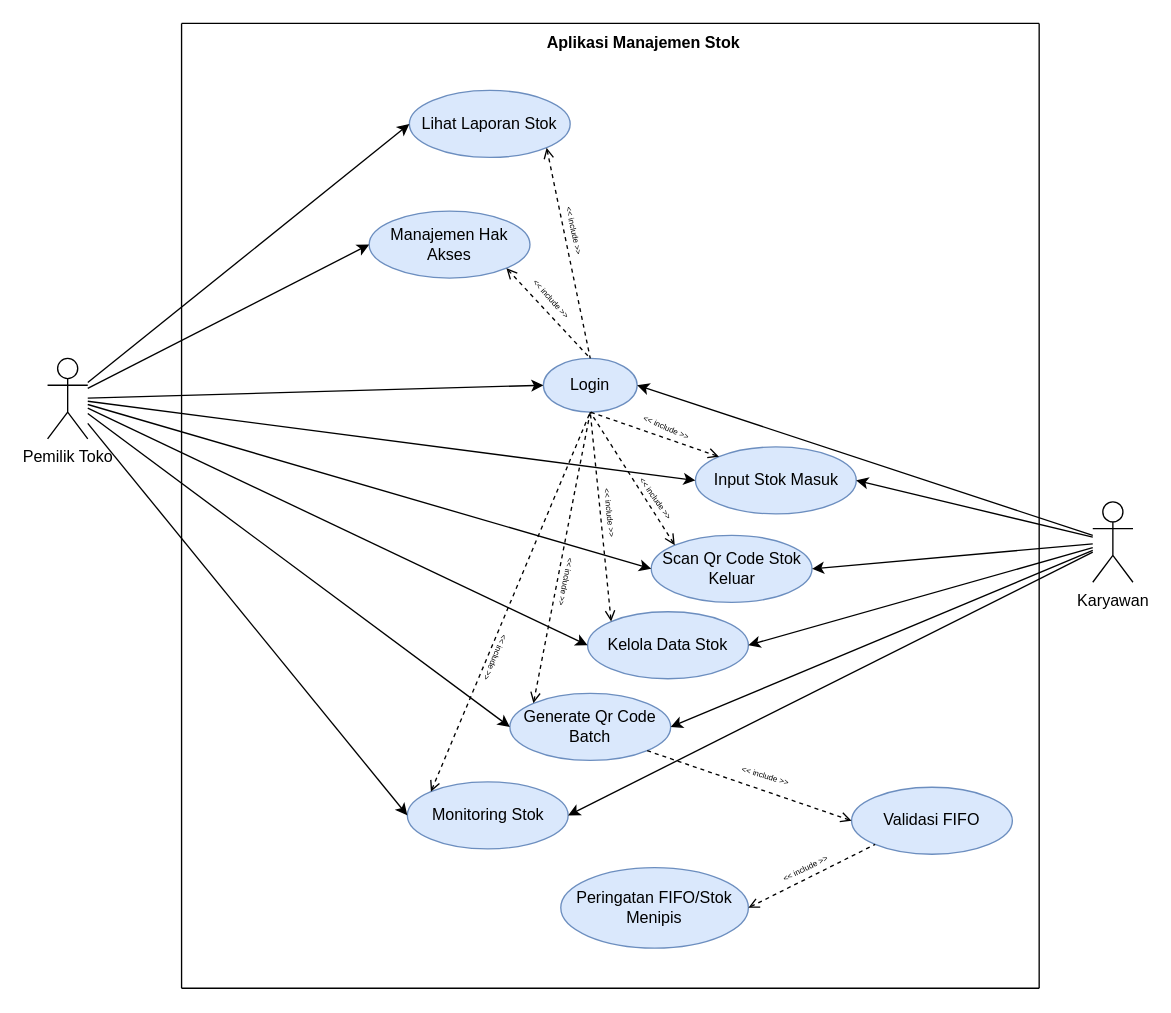
Before: gambar/use case.drawio in Bayusukmoadji/Seminar-Proposal, a draw.io diagram. Source tidied: cells renumbered, new cells numbered last; positions are measured from the earlier drawing's top-left corner, leaving out a move shared by most shapes. Both pictures are drawn from the tidied source at 134%, with x=0, y=0 at pixel (47, 23).
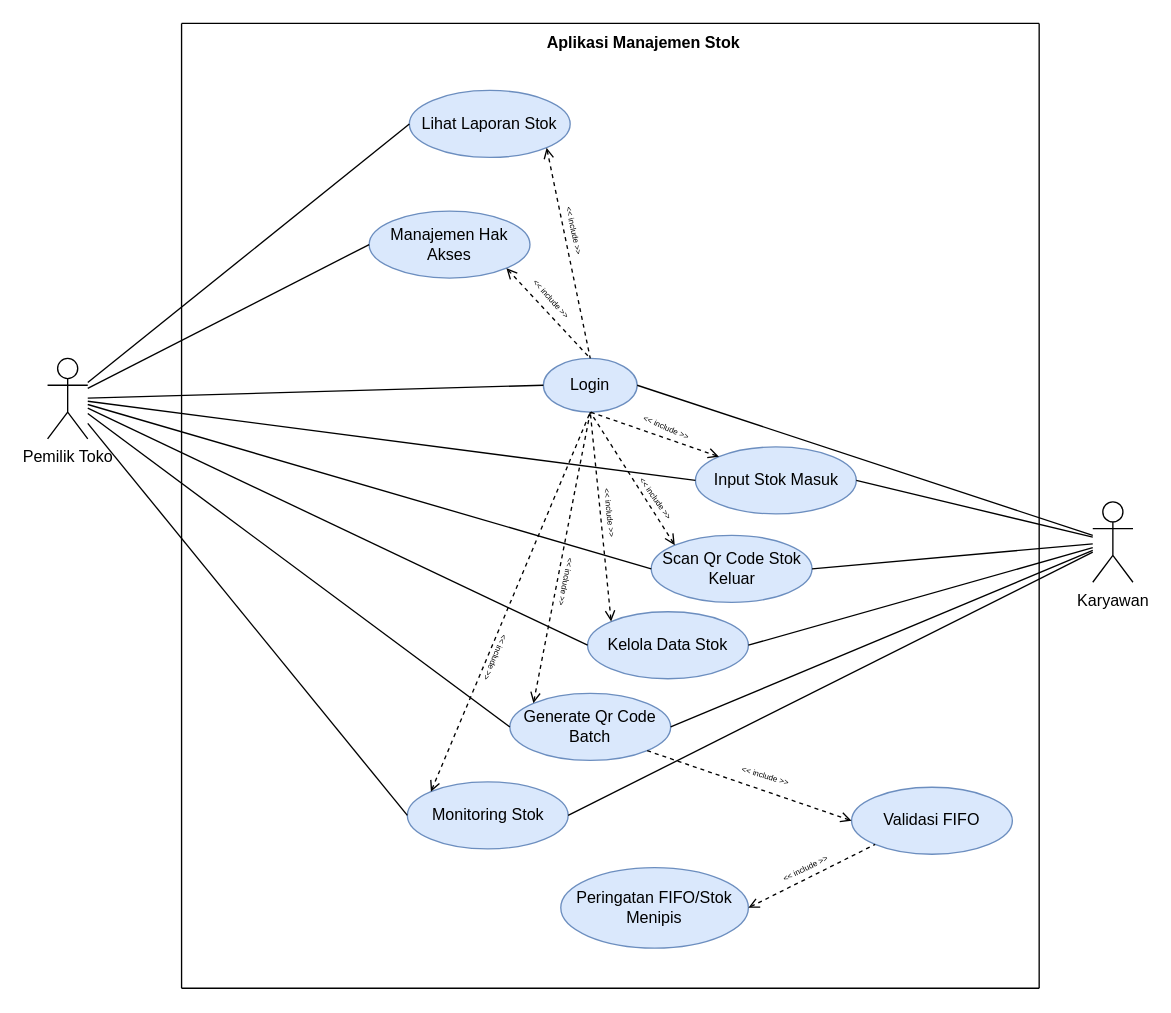
After the change.

The change refers to these unchanged cells:
```xml
<mxCell id="2" value="Pemilik Toko" style="shape=umlActor;verticalLabelPosition=bottom;verticalAlign=top;html=1;outlineConnect=0;" parent="1" vertex="1">
  <mxGeometry y="250" width="30" height="60" as="geometry" />
</mxCell>
<mxCell id="3" value="&lt;div&gt;Karyawan&lt;/div&gt;" style="shape=umlActor;verticalLabelPosition=bottom;verticalAlign=top;html=1;outlineConnect=0;" parent="1" vertex="1">
  <mxGeometry x="780" y="357" width="30" height="60" as="geometry" />
</mxCell>
<mxCell id="4" value="Lihat Laporan Stok" style="ellipse;whiteSpace=wrap;html=1;fillColor=#dae8fc;strokeColor=#6c8ebf;" parent="1" vertex="1">
  <mxGeometry x="270" y="50" width="120" height="50" as="geometry" />
</mxCell>
<mxCell id="5" value="Manajemen Hak Akses" style="ellipse;whiteSpace=wrap;html=1;fillColor=#dae8fc;strokeColor=#6c8ebf;" parent="1" vertex="1">
  <mxGeometry x="240" y="140" width="120" height="50" as="geometry" />
</mxCell>
<mxCell id="8" value="Input Stok Masuk" style="ellipse;whiteSpace=wrap;html=1;fillColor=#dae8fc;strokeColor=#6c8ebf;" parent="1" vertex="1">
  <mxGeometry x="483.5" y="316" width="120" height="50" as="geometry" />
</mxCell>
<mxCell id="10" value="Generate Qr Code Batch" style="ellipse;whiteSpace=wrap;html=1;fillColor=#dae8fc;strokeColor=#6c8ebf;" parent="1" vertex="1">
  <mxGeometry x="345" y="500" width="120" height="50" as="geometry" />
</mxCell>
<mxCell id="12" value="Login" style="ellipse;whiteSpace=wrap;html=1;fillColor=#dae8fc;strokeColor=#6c8ebf;" parent="1" vertex="1">
  <mxGeometry x="370" y="250" width="70" height="40" as="geometry" />
</mxCell>
<mxCell id="15" value="Kelola Data Stok" style="ellipse;whiteSpace=wrap;html=1;fillColor=#dae8fc;strokeColor=#6c8ebf;" parent="1" vertex="1">
  <mxGeometry x="403" y="439" width="120" height="50" as="geometry" />
</mxCell>
<mxCell id="16" value="Scan Qr Code Stok Keluar" style="ellipse;whiteSpace=wrap;html=1;fillColor=#dae8fc;strokeColor=#6c8ebf;" parent="1" vertex="1">
  <mxGeometry x="450.5" y="382" width="120" height="50" as="geometry" />
</mxCell>
<mxCell id="17" value="Monitoring Stok" style="ellipse;whiteSpace=wrap;html=1;fillColor=#dae8fc;strokeColor=#6c8ebf;" parent="1" vertex="1">
  <mxGeometry x="268.5" y="566" width="120" height="50" as="geometry" />
</mxCell>
```

Diff of the diagram source:
```diff
@@
-    <mxCell id="6" style="endArrow=classic;html=1;rounded=0;entryX=0;entryY=0.5;entryDx=0;entryDy=0;" parent="1" edge="1" source="2" target="4">
-      <mxGeometry relative="1" as="geometry" />
-    </mxCell>
-    <mxCell id="7" style="endArrow=classic;html=1;rounded=0;entryX=0;entryY=0.5;entryDx=0;entryDy=0;" parent="1" edge="1" source="2" target="5">
-      <mxGeometry relative="1" as="geometry" />
-    </mxCell>
@@
-    <mxCell id="9" style="endArrow=classic;html=1;rounded=0;entryX=0;entryY=0.5;entryDx=0;entryDy=0;" parent="1" edge="1" source="2" target="8">
-      <mxGeometry relative="1" as="geometry" />
-    </mxCell>
@@
-    <mxCell id="11" style="endArrow=classic;html=1;rounded=0;entryX=0;entryY=0.5;entryDx=0;entryDy=0;" parent="1" edge="1" source="2" target="10">
-      <mxGeometry relative="1" as="geometry" />
-    </mxCell>
@@
-    <mxCell id="13" style="endArrow=classic;html=1;rounded=0;entryX=0;entryY=0.5;entryDx=0;entryDy=0;" parent="1" edge="1" source="2" target="12">
-      <mxGeometry relative="1" as="geometry" />
-    </mxCell>
-    <mxCell id="14" style="endArrow=classic;html=1;rounded=0;entryX=1;entryY=0.5;entryDx=0;entryDy=0;curved=0;" parent="1" edge="1" source="3" target="12">
-      <mxGeometry relative="1" as="geometry" />
-    </mxCell>
@@
-    <mxCell id="18" style="endArrow=classic;html=1;rounded=0;entryX=1;entryY=0.5;entryDx=0;entryDy=0;" parent="1" edge="1" source="3" target="10">
-      <mxGeometry relative="1" as="geometry" />
-    </mxCell>
-    <mxCell id="19" style="endArrow=classic;html=1;rounded=0;entryX=1;entryY=0.5;entryDx=0;entryDy=0;" parent="1" edge="1" source="3" target="15">
-      <mxGeometry relative="1" as="geometry" />
-    </mxCell>
-    <mxCell id="20" style="endArrow=classic;html=1;rounded=0;entryX=1;entryY=0.5;entryDx=0;entryDy=0;" parent="1" edge="1" source="3" target="16">
-      <mxGeometry relative="1" as="geometry" />
-    </mxCell>
-    <mxCell id="21" style="endArrow=classic;html=1;rounded=0;entryX=1;entryY=0.5;entryDx=0;entryDy=0;" parent="1" edge="1" source="3" target="17">
-      <mxGeometry relative="1" as="geometry" />
-    </mxCell>
-    <mxCell id="22" style="endArrow=classic;html=1;rounded=0;entryX=0;entryY=0.5;entryDx=0;entryDy=0;" parent="1" edge="1" source="2" target="15">
-      <mxGeometry relative="1" as="geometry" />
-    </mxCell>
-    <mxCell id="23" style="endArrow=classic;html=1;rounded=0;entryX=0;entryY=0.5;entryDx=0;entryDy=0;" parent="1" edge="1" source="2" target="16">
-      <mxGeometry relative="1" as="geometry" />
-    </mxCell>
-    <mxCell id="24" style="endArrow=classic;html=1;rounded=0;entryX=0;entryY=0.5;entryDx=0;entryDy=0;" parent="1" edge="1" source="2" target="17">
-      <mxGeometry relative="1" as="geometry" />
-    </mxCell>
@@
+    <mxCell id="6" style="endArrow=none;html=1;rounded=0;entryX=0;entryY=0.5;entryDx=0;entryDy=0;" parent="1" edge="1" source="2" target="4">
+      <mxGeometry relative="1" as="geometry" />
+    </mxCell>
+    <mxCell id="7" style="endArrow=none;html=1;rounded=0;entryX=0;entryY=0.5;entryDx=0;entryDy=0;" parent="1" edge="1" source="2" target="5">
+      <mxGeometry relative="1" as="geometry" />
+    </mxCell>
+    <mxCell id="13" style="endArrow=none;html=1;rounded=0;entryX=0;entryY=0.5;entryDx=0;entryDy=0;" parent="1" edge="1" source="2" target="12">
+      <mxGeometry relative="1" as="geometry" />
+    </mxCell>
+    <mxCell id="14" style="endArrow=none;html=1;rounded=0;entryX=1;entryY=0.5;entryDx=0;entryDy=0;" parent="1" edge="1" source="3" target="12">
+      <mxGeometry relative="1" as="geometry" />
+    </mxCell>
-    <mxCell id="50" style="endArrow=classic;html=1;rounded=0;entryX=1;entryY=0.5;entryDx=0;entryDy=0;" parent="1" edge="1" source="3" target="8">
+    <mxCell id="50" style="endArrow=none;html=1;rounded=0;entryX=1;entryY=0.5;entryDx=0;entryDy=0;" parent="1" edge="1" source="3" target="8">
       <mxGeometry relative="1" as="geometry" />
     </mxCell>
+    <mxCell id="20" style="endArrow=none;html=1;rounded=0;entryX=1;entryY=0.5;entryDx=0;entryDy=0;" parent="1" edge="1" source="3" target="16">
+      <mxGeometry relative="1" as="geometry" />
+    </mxCell>
+    <mxCell id="19" style="endArrow=none;html=1;rounded=0;entryX=1;entryY=0.5;entryDx=0;entryDy=0;" parent="1" edge="1" source="3" target="15">
+      <mxGeometry relative="1" as="geometry" />
+    </mxCell>
+    <mxCell id="18" style="endArrow=none;html=1;rounded=0;entryX=1;entryY=0.5;entryDx=0;entryDy=0;" parent="1" edge="1" source="3" target="10">
+      <mxGeometry relative="1" as="geometry" />
+    </mxCell>
+    <mxCell id="21" style="endArrow=none;html=1;rounded=0;entryX=1;entryY=0.5;entryDx=0;entryDy=0;" parent="1" edge="1" source="3" target="17">
+      <mxGeometry relative="1" as="geometry" />
+    </mxCell>
+    <mxCell id="51" style="endArrow=none;html=1;rounded=0;exitX=0;exitY=0.5;exitDx=0;exitDy=0;" parent="1" edge="1" source="8" target="2">
+      <mxGeometry relative="1" as="geometry" />
+    </mxCell>
+    <mxCell id="52" style="endArrow=none;html=1;rounded=0;exitX=0;exitY=0.5;exitDx=0;exitDy=0;" parent="1" edge="1" source="16" target="2">
+      <mxGeometry relative="1" as="geometry" />
+    </mxCell>
+    <mxCell id="53" style="endArrow=none;html=1;rounded=0;exitX=0;exitY=0.5;exitDx=0;exitDy=0;" parent="1" edge="1" source="15" target="2">
+      <mxGeometry relative="1" as="geometry" />
+    </mxCell>
+    <mxCell id="54" style="endArrow=none;html=1;rounded=0;exitX=0;exitY=0.5;exitDx=0;exitDy=0;" parent="1" edge="1" source="10" target="2">
+      <mxGeometry relative="1" as="geometry" />
+    </mxCell>
+    <mxCell id="55" style="endArrow=none;html=1;rounded=0;exitX=0;exitY=0.5;exitDx=0;exitDy=0;" parent="1" edge="1" source="17" target="2">
+      <mxGeometry relative="1" as="geometry" />
+    </mxCell>
```
